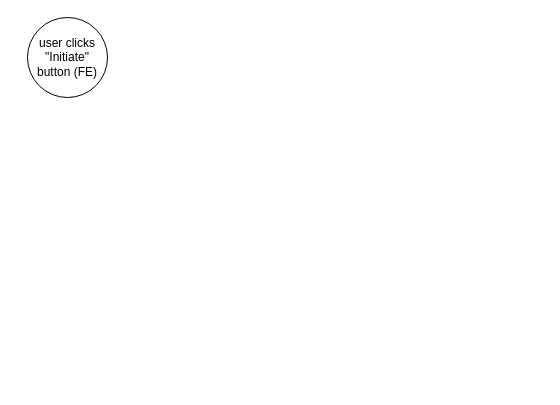
This is institution_authorization_flow.drawio from LoPhawL/DrawIO_forBudgets, a draw.io file, before an edit. Source tidied: cells renumbered, new cells numbered last; positions are measured from the earlier drawing's top-left corner, leaving out a move shared by most shapes. Both pictures are drawn from the tidied source at 100%, with x=0, y=0 at pixel (27, 17).
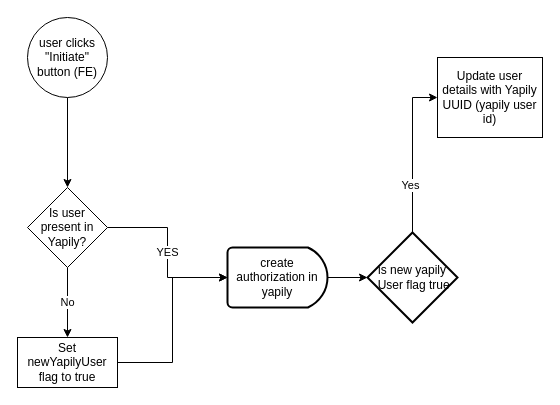
The same diagram, later.

Change to the diagram source:
```diff
@@
 <mxGraphModel>
   <root>
     <mxCell id="0" />
     <mxCell id="1" parent="0" />
+    <mxCell id="3" style="edgeStyle=orthogonalEdgeStyle;rounded=0;jettySize=auto;html=1;entryX=0.5;entryY=0;entryDx=0;entryDy=0;" parent="1" edge="1" source="2" target="6">
+      <mxGeometry relative="1" as="geometry" />
+    </mxCell>
     <mxCell id="2" value="user clicks &quot;Initiate&quot; button (FE)" style="ellipse;whiteSpace=wrap;html=1;" parent="1" vertex="1">
       <mxGeometry width="80" height="80" as="geometry" />
     </mxCell>
+    <mxCell id="4" value="YES" style="edgeStyle=orthogonalEdgeStyle;rounded=0;jettySize=auto;html=1;entryX=0;entryY=0.5;entryDx=0;entryDy=0;entryPerimeter=0;" parent="1" edge="1" source="6" target="10">
+      <mxGeometry relative="1" as="geometry" />
+    </mxCell>
+    <mxCell id="5" value="No" style="edgeStyle=orthogonalEdgeStyle;rounded=0;jettySize=auto;html=1;entryX=0.5;entryY=0;entryDx=0;entryDy=0;" parent="1" edge="1" source="6" target="8">
+      <mxGeometry relative="1" as="geometry" />
+    </mxCell>
+    <mxCell id="6" value="Is user present in Yapily?" style="rhombus;whiteSpace=wrap;html=1;" parent="1" vertex="1">
+      <mxGeometry y="170" width="80" height="80" as="geometry" />
+    </mxCell>
+    <mxCell id="7" style="edgeStyle=orthogonalEdgeStyle;rounded=0;jettySize=auto;html=1;entryX=0;entryY=0.5;entryDx=0;entryDy=0;entryPerimeter=0;" parent="1" edge="1" source="8" target="10">
+      <mxGeometry relative="1" as="geometry" />
+    </mxCell>
+    <mxCell id="8" value="Set newYapilyUser flag to true" style="rounded=0;whiteSpace=wrap;html=1;" parent="1" vertex="1">
+      <mxGeometry x="-10" y="320" width="100" height="50" as="geometry" />
+    </mxCell>
+    <mxCell id="9" value="Update user details with Yapily UUID (yapily user id)" style="rounded=0;whiteSpace=wrap;html=1;" parent="1" vertex="1">
+      <mxGeometry x="410" y="40" width="105" height="80" as="geometry" />
+    </mxCell>
+    <mxCell id="10" value="create authorization in yapily" style="strokeWidth=2;html=1;shape=mxgraph.flowchart.delay;whiteSpace=wrap;" parent="1" vertex="1">
+      <mxGeometry x="200" y="230" width="100" height="60" as="geometry" />
+    </mxCell>
+    <mxCell id="11" style="edgeStyle=orthogonalEdgeStyle;rounded=0;jettySize=auto;html=1;entryX=0;entryY=0.5;entryDx=0;entryDy=0;" parent="1" edge="1" source="13" target="9">
+      <mxGeometry relative="1" as="geometry" />
+    </mxCell>
+    <mxCell id="12" value="Yes" style="edgeLabel;html=1;align=center;verticalAlign=middle;" parent="11" vertex="1">
+      <mxGeometry x="-0.4" y="3" relative="1" as="geometry" />
+    </mxCell>
+    <mxCell id="13" value="is new yapily&lt;div&gt;&amp;nbsp;User flag true&lt;/div&gt;" style="strokeWidth=2;html=1;shape=mxgraph.flowchart.decision;whiteSpace=wrap;" parent="1" vertex="1">
+      <mxGeometry x="340" y="215" width="90" height="90" as="geometry" />
+    </mxCell>
+    <mxCell id="14" style="edgeStyle=orthogonalEdgeStyle;rounded=0;jettySize=auto;html=1;entryX=0;entryY=0.5;entryDx=0;entryDy=0;entryPerimeter=0;" parent="1" edge="1" source="10" target="13">
+      <mxGeometry relative="1" as="geometry" />
+    </mxCell>
   </root>
 </mxGraphModel>
```
